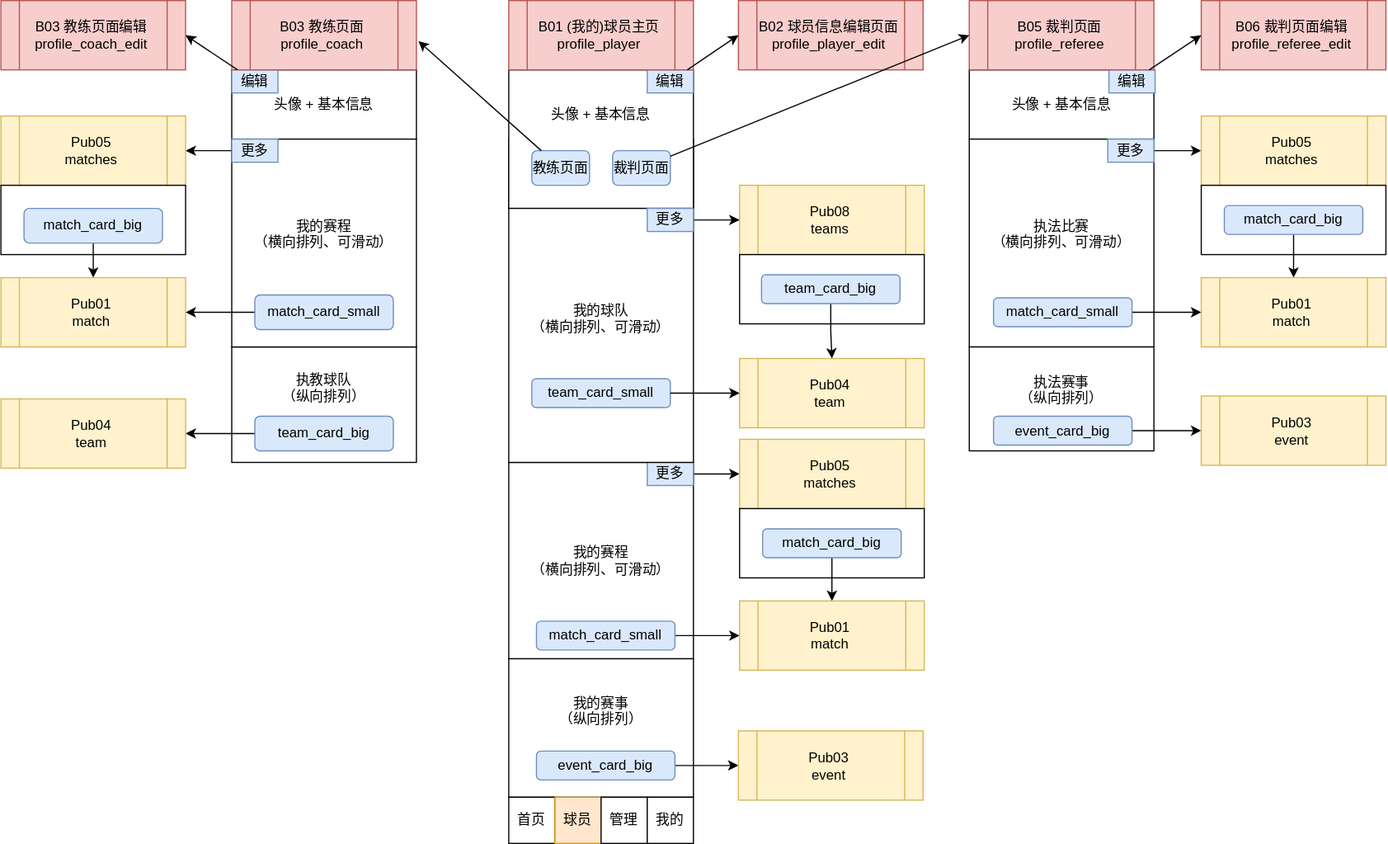
Above: docs/sprint1/UI-player.drawio.svg in HaoyuWang141/HaoyuWang141-SUSTech-Football-Frontend (draw.io), before the change. Source tidied: cells renumbered, new cells last; positions are measured from the earlier drawing's top-left corner, leaving out a move shared by most shapes.
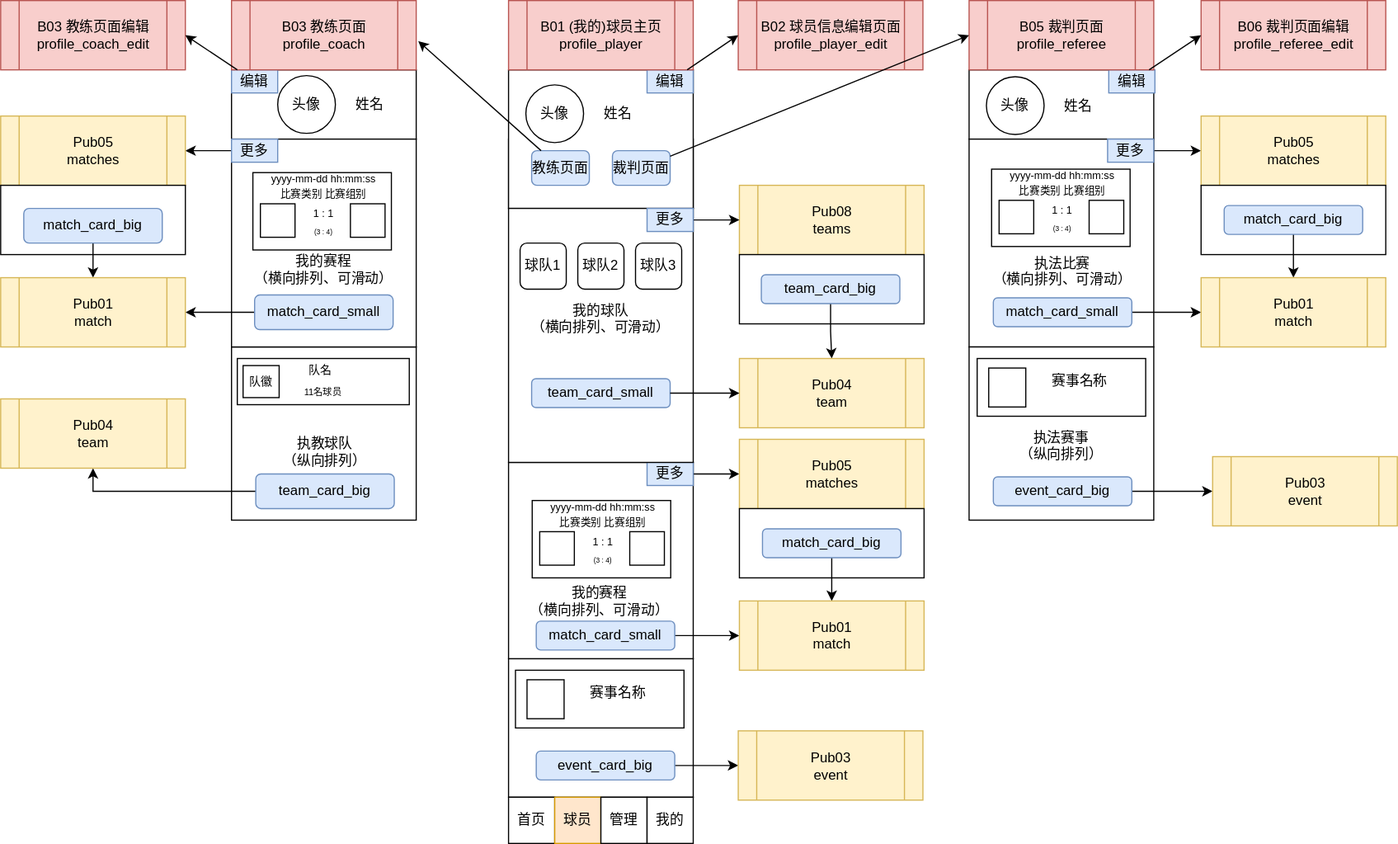
After the change.

Change to the diagram source:
```diff
@@ -5,15 +5,15 @@
     <mxCell id="2" style="rounded=0;whiteSpace=wrap;html=1;" parent="1" vertex="1">
       <mxGeometry x="440" y="120" width="160" height="60" as="geometry" />
     </mxCell>
-    <mxCell id="3" value="头像 + 基本信息&lt;br&gt;&lt;br&gt;&lt;div&gt;&lt;br&gt;&lt;/div&gt;&lt;div&gt;&lt;br&gt;&lt;/div&gt;" style="rounded=0;whiteSpace=wrap;html=1;" parent="1" vertex="1">
-      <mxGeometry x="440" y="60" width="160" height="120" as="geometry" />
-    </mxCell>
+    <mxCell id="78" value="&lt;div&gt;&lt;br&gt;&lt;/div&gt;" style="rounded=0;whiteSpace=wrap;html=1;" parent="1" vertex="1">
+      <mxGeometry x="440" y="60" width="160" height="120" as="geometry" />
+    </mxCell>
     <mxCell id="4" value="编辑" style="text;html=1;align=center;verticalAlign=middle;whiteSpace=wrap;rounded=0;fillColor=#dae8fc;strokeColor=#6c8ebf;" parent="1" vertex="1">
       <mxGeometry x="560" y="60" width="40" height="20" as="geometry" />
     </mxCell>
-    <mxCell id="5" value="我的赛事&lt;br&gt;（纵向排列）&lt;br&gt;&lt;br&gt;&lt;div&gt;&lt;br/&gt;&lt;/div&gt;" style="rounded=0;whiteSpace=wrap;html=1;" parent="1" vertex="1">
-      <mxGeometry x="440" y="570" width="160" height="120" as="geometry" />
-    </mxCell>
+    <mxCell id="79" value="&lt;div&gt;&lt;br&gt;&lt;/div&gt;" style="rounded=0;whiteSpace=wrap;html=1;" parent="1" vertex="1">
+      <mxGeometry x="440" y="570" width="160" height="120" as="geometry" />
+    </mxCell>
     <mxCell id="6" value="教练页面" style="rounded=1;whiteSpace=wrap;html=1;fillColor=#dae8fc;strokeColor=#6c8ebf;" parent="1" vertex="1">
       <mxGeometry x="460" y="130" width="50" height="30" as="geometry" />
     </mxCell>
@@ -32,27 +32,27 @@
     <mxCell id="11" value="我的" style="rounded=0;whiteSpace=wrap;html=1;" parent="1" vertex="1">
       <mxGeometry x="560" y="690" width="40" height="40" as="geometry" />
     </mxCell>
-    <mxCell id="12" value="头像 + 基本信息" style="rounded=0;whiteSpace=wrap;html=1;" parent="1" vertex="1">
-      <mxGeometry x="200" y="60" width="160" height="60" as="geometry" />
-    </mxCell>
+    <mxCell id="80" style="rounded=0;whiteSpace=wrap;html=1;" parent="1" vertex="1">
+      <mxGeometry x="200" y="60" width="160" height="60" as="geometry" />
+    </mxCell>
     <mxCell id="13" value="编辑" style="text;html=1;align=center;verticalAlign=middle;whiteSpace=wrap;rounded=0;fillColor=#dae8fc;strokeColor=#6c8ebf;" parent="1" vertex="1">
       <mxGeometry x="200" y="60" width="40" height="20" as="geometry" />
     </mxCell>
-    <mxCell id="14" value="执教球队&lt;br&gt;（纵向排列）&lt;br&gt;&lt;br&gt;&lt;div&gt;&lt;br/&gt;&lt;/div&gt;" style="rounded=0;whiteSpace=wrap;html=1;" parent="1" vertex="1">
-      <mxGeometry x="200" y="300" width="160" height="100" as="geometry" />
-    </mxCell>
-    <mxCell id="15" value="头像 + 基本信息" style="rounded=0;whiteSpace=wrap;html=1;" parent="1" vertex="1">
-      <mxGeometry x="839" y="60" width="160" height="60" as="geometry" />
-    </mxCell>
+    <mxCell id="81" style="rounded=0;whiteSpace=wrap;html=1;" parent="1" vertex="1">
+      <mxGeometry x="200" y="300" width="160" height="150" as="geometry" />
+    </mxCell>
+    <mxCell id="82" style="rounded=0;whiteSpace=wrap;html=1;" parent="1" vertex="1">
+      <mxGeometry x="839" y="60" width="160" height="60" as="geometry" />
+    </mxCell>
     <mxCell id="16" value="编辑" style="text;html=1;align=center;verticalAlign=middle;whiteSpace=wrap;rounded=0;fillColor=#dae8fc;strokeColor=#6c8ebf;" parent="1" vertex="1">
       <mxGeometry x="960" y="60" width="40" height="20" as="geometry" />
     </mxCell>
-    <mxCell id="17" value="执法比赛&lt;br&gt;（横向排列、可滑动）&lt;div&gt;&lt;br/&gt;&lt;/div&gt;" style="rounded=0;whiteSpace=wrap;html=1;" parent="1" vertex="1">
-      <mxGeometry x="839" y="120" width="160" height="180" as="geometry" />
-    </mxCell>
-    <mxCell id="18" value="执法赛事&lt;br&gt;（纵向排列）&lt;br&gt;&lt;div&gt;&lt;br/&gt;&lt;/div&gt;" style="rounded=0;whiteSpace=wrap;html=1;" parent="1" vertex="1">
-      <mxGeometry x="839" y="300" width="160" height="90" as="geometry" />
-    </mxCell>
+    <mxCell id="83" value="&lt;div&gt;&lt;br&gt;&lt;/div&gt;" style="rounded=0;whiteSpace=wrap;html=1;" parent="1" vertex="1">
+      <mxGeometry x="839" y="120" width="160" height="180" as="geometry" />
+    </mxCell>
+    <mxCell id="84" value="&lt;div&gt;&lt;br&gt;&lt;/div&gt;" style="rounded=0;whiteSpace=wrap;html=1;" parent="1" vertex="1">
+      <mxGeometry x="839" y="300" width="160" height="150" as="geometry" />
+    </mxCell>
     <mxCell id="19" value="B01 (我的)球员主页&lt;br&gt;profile_player" style="shape=process;whiteSpace=wrap;html=1;backgroundOutline=1;fillColor=#f8cecc;strokeColor=#b85450;" parent="1" vertex="1">
       <mxGeometry x="440" width="160" height="60" as="geometry" />
     </mxCell>
@@ -86,9 +86,9 @@
     <mxCell id="29" style="endArrow=classic;html=1;rounded=0;entryX=0;entryY=0.5;entryDx=0;entryDy=0;" parent="1" edge="1" source="16" target="28">
       <mxGeometry relative="1" as="geometry" />
     </mxCell>
-    <mxCell id="30" value="我的赛程&lt;br&gt;（横向排列、可滑动）&lt;br&gt;&lt;div&gt;&lt;br/&gt;&lt;/div&gt;" style="rounded=0;whiteSpace=wrap;html=1;" parent="1" vertex="1">
-      <mxGeometry x="200" y="120" width="160" height="180" as="geometry" />
-    </mxCell>
+    <mxCell id="85" value="&lt;div&gt;&lt;br&gt;&lt;/div&gt;" style="rounded=0;whiteSpace=wrap;html=1;" parent="1" vertex="1">
+      <mxGeometry x="200" y="120" width="160" height="180" as="geometry" />
+    </mxCell>
     <mxCell id="31" style="edgeStyle=orthogonalEdgeStyle;rounded=0;jettySize=auto;html=1;" parent="1" edge="1" source="32" target="60">
       <mxGeometry relative="1" as="geometry" />
     </mxCell>
@@ -99,7 +99,7 @@
       <mxGeometry relative="1" as="geometry" />
     </mxCell>
     <mxCell id="34" value="team_card_big" style="rounded=1;whiteSpace=wrap;html=1;fillColor=#dae8fc;strokeColor=#6c8ebf;" parent="1" vertex="1">
-      <mxGeometry x="220" y="360" width="120" height="30" as="geometry" />
+      <mxGeometry x="221" y="410" width="120" height="30" as="geometry" />
     </mxCell>
     <mxCell id="35" style="edgeStyle=orthogonalEdgeStyle;rounded=0;jettySize=auto;html=1;" parent="1" edge="1" source="36" target="64">
       <mxGeometry relative="1" as="geometry" />
@@ -107,9 +107,9 @@
     <mxCell id="36" value="match_card_small" style="rounded=1;whiteSpace=wrap;html=1;fillColor=#dae8fc;strokeColor=#6c8ebf;" parent="1" vertex="1">
       <mxGeometry x="220" y="255" width="120" height="30" as="geometry" />
     </mxCell>
-    <mxCell id="37" value="我的赛程&lt;br&gt;（横向排列、可滑动）" style="rounded=0;whiteSpace=wrap;html=1;" parent="1" vertex="1">
-      <mxGeometry x="440" y="400" width="160" height="170" as="geometry" />
-    </mxCell>
+    <mxCell id="86" style="rounded=0;whiteSpace=wrap;html=1;" parent="1" vertex="1">
+      <mxGeometry x="440" y="400" width="160" height="170" as="geometry" />
+    </mxCell>
     <mxCell id="38" style="edgeStyle=orthogonalEdgeStyle;rounded=0;jettySize=auto;html=1;" parent="1" edge="1" source="39" target="52">
       <mxGeometry relative="1" as="geometry" />
     </mxCell>
@@ -198,7 +198,7 @@
       <mxGeometry relative="1" as="geometry" />
     </mxCell>
     <mxCell id="67" value="event_card_big" style="rounded=1;whiteSpace=wrap;html=1;fillColor=#dae8fc;strokeColor=#6c8ebf;" parent="1" vertex="1">
-      <mxGeometry x="860" y="360" width="120" height="25" as="geometry" />
+      <mxGeometry x="860" y="412.5" width="120" height="25" as="geometry" />
     </mxCell>
     <mxCell id="68" style="edgeStyle=orthogonalEdgeStyle;rounded=0;jettySize=auto;html=1;" parent="1" edge="1" source="69" target="76">
       <mxGeometry relative="1" as="geometry" />
@@ -228,7 +228,133 @@
       <mxGeometry x="1040" y="240" width="160" height="60" as="geometry" />
     </mxCell>
     <mxCell id="77" value="Pub03&lt;br&gt;event" style="shape=process;whiteSpace=wrap;html=1;backgroundOutline=1;fillColor=#fff2cc;strokeColor=#d6b656;" parent="1" vertex="1">
-      <mxGeometry x="1040" y="342.5" width="160" height="60" as="geometry" />
+      <mxGeometry x="1050" y="395" width="160" height="60" as="geometry" />
     </mxCell>
+    <mxCell id="87" value="头像" style="ellipse;whiteSpace=wrap;html=1;" parent="1" vertex="1">
+      <mxGeometry x="455" y="73" width="50" height="50" as="geometry" />
+    </mxCell>
+    <mxCell id="88" value="姓名" style="text;html=1;align=center;verticalAlign=middle;whiteSpace=wrap;rounded=0;" parent="1" vertex="1">
+      <mxGeometry x="505" y="83" width="60" height="30" as="geometry" />
+    </mxCell>
+    <mxCell id="89" value="头像" style="ellipse;whiteSpace=wrap;html=1;" parent="1" vertex="1">
+      <mxGeometry x="240" y="65" width="50" height="50" as="geometry" />
+    </mxCell>
+    <mxCell id="90" value="姓名" style="text;html=1;align=center;verticalAlign=middle;whiteSpace=wrap;rounded=0;" parent="1" vertex="1">
+      <mxGeometry x="290" y="75" width="60" height="30" as="geometry" />
+    </mxCell>
+    <mxCell id="91" value="头像" style="ellipse;whiteSpace=wrap;html=1;" parent="1" vertex="1">
+      <mxGeometry x="854" y="66" width="50" height="50" as="geometry" />
+    </mxCell>
+    <mxCell id="92" value="姓名" style="text;html=1;align=center;verticalAlign=middle;whiteSpace=wrap;rounded=0;" parent="1" vertex="1">
+      <mxGeometry x="904" y="77" width="60" height="30" as="geometry" />
+    </mxCell>
+    <mxCell id="93" value="球队1" style="rounded=1;whiteSpace=wrap;html=1;" parent="1" vertex="1">
+      <mxGeometry x="450" y="210" width="40" height="40" as="geometry" />
+    </mxCell>
+    <mxCell id="94" value="球队3" style="rounded=1;whiteSpace=wrap;html=1;" parent="1" vertex="1">
+      <mxGeometry x="550" y="210" width="40" height="40" as="geometry" />
+    </mxCell>
+    <mxCell id="95" value="球队2" style="rounded=1;whiteSpace=wrap;html=1;" parent="1" vertex="1">
+      <mxGeometry x="500" y="210" width="40" height="40" as="geometry" />
+    </mxCell>
+    <mxCell id="96" style="rounded=0;whiteSpace=wrap;html=1;" parent="1" vertex="1">
+      <mxGeometry x="460.5" y="433" width="120" height="67" as="geometry" />
+    </mxCell>
+    <mxCell id="97" style="rounded=0;whiteSpace=wrap;html=1;" parent="1" vertex="1">
+      <mxGeometry x="467" y="460" width="30" height="29" as="geometry" />
+    </mxCell>
+    <mxCell id="98" value="&lt;font style=&quot;font-size: 9px;&quot;&gt;yyyy-mm-dd hh:mm:ss&lt;/font&gt;" style="text;html=1;align=center;verticalAlign=middle;whiteSpace=wrap;rounded=0;" parent="1" vertex="1">
+      <mxGeometry x="442" y="432" width="160" height="11" as="geometry" />
+    </mxCell>
+    <mxCell id="99" value="&lt;font style=&quot;font-size: 9px;&quot;&gt;比赛类别 比赛组别&lt;/font&gt;" style="text;html=1;align=center;verticalAlign=middle;whiteSpace=wrap;rounded=0;" parent="1" vertex="1">
+      <mxGeometry x="442" y="445" width="160" height="11" as="geometry" />
+    </mxCell>
+    <mxCell id="100" value="&lt;font style=&quot;font-size: 9px;&quot;&gt;1 : 1&lt;/font&gt;&lt;div&gt;&lt;font style=&quot;font-size: 6px;&quot;&gt;(3 : 4)&lt;/font&gt;&lt;/div&gt;" style="text;html=1;align=center;verticalAlign=middle;whiteSpace=wrap;rounded=0;" parent="1" vertex="1">
+      <mxGeometry x="491.5" y="460" width="60" height="30" as="geometry" />
+    </mxCell>
+    <mxCell id="101" style="rounded=0;whiteSpace=wrap;html=1;" parent="1" vertex="1">
+      <mxGeometry x="545" y="460" width="30" height="29" as="geometry" />
+    </mxCell>
+    <mxCell id="102" value="我的赛程&lt;br&gt;（横向排列、可滑动）" style="text;html=1;align=center;verticalAlign=middle;whiteSpace=wrap;rounded=0;" parent="1" vertex="1">
+      <mxGeometry x="454" y="490" width="130" height="60" as="geometry" />
+    </mxCell>
+    <mxCell id="103" style="rounded=0;whiteSpace=wrap;html=1;" parent="1" vertex="1">
+      <mxGeometry x="446" y="580" width="146" height="50" as="geometry" />
+    </mxCell>
+    <mxCell id="104" style="rounded=0;whiteSpace=wrap;html=1;" parent="1" vertex="1">
+      <mxGeometry x="456" y="588.2" width="32.1" height="33.8" as="geometry" />
+    </mxCell>
+    <mxCell id="105" value="赛事名称" style="text;html=1;align=center;verticalAlign=middle;whiteSpace=wrap;rounded=0;" parent="1" vertex="1">
+      <mxGeometry x="505" y="591.6" width="60" height="16.8" as="geometry" />
+    </mxCell>
+    <mxCell id="106" value="我的赛程&lt;br&gt;（横向排列、可滑动）" style="text;html=1;align=center;verticalAlign=middle;whiteSpace=wrap;rounded=0;" parent="1" vertex="1">
+      <mxGeometry x="210" y="195" width="140" height="75" as="geometry" />
+    </mxCell>
+    <mxCell id="107" style="rounded=0;whiteSpace=wrap;html=1;" parent="1" vertex="1">
+      <mxGeometry x="218.5" y="149" width="120" height="67" as="geometry" />
+    </mxCell>
+    <mxCell id="108" style="rounded=0;whiteSpace=wrap;html=1;" parent="1" vertex="1">
+      <mxGeometry x="225" y="176" width="30" height="29" as="geometry" />
+    </mxCell>
+    <mxCell id="109" value="&lt;font style=&quot;font-size: 9px;&quot;&gt;yyyy-mm-dd hh:mm:ss&lt;/font&gt;" style="text;html=1;align=center;verticalAlign=middle;whiteSpace=wrap;rounded=0;" parent="1" vertex="1">
+      <mxGeometry x="200" y="148" width="160" height="11" as="geometry" />
+    </mxCell>
+    <mxCell id="110" value="&lt;font style=&quot;font-size: 9px;&quot;&gt;比赛类别 比赛组别&lt;/font&gt;" style="text;html=1;align=center;verticalAlign=middle;whiteSpace=wrap;rounded=0;" parent="1" vertex="1">
+      <mxGeometry x="200" y="161" width="160" height="11" as="geometry" />
+    </mxCell>
+    <mxCell id="111" value="&lt;font style=&quot;font-size: 9px;&quot;&gt;1 : 1&lt;/font&gt;&lt;div&gt;&lt;font style=&quot;font-size: 6px;&quot;&gt;(3 : 4)&lt;/font&gt;&lt;/div&gt;" style="text;html=1;align=center;verticalAlign=middle;whiteSpace=wrap;rounded=0;" parent="1" vertex="1">
+      <mxGeometry x="249.5" y="176" width="60" height="30" as="geometry" />
+    </mxCell>
+    <mxCell id="112" style="rounded=0;whiteSpace=wrap;html=1;" parent="1" vertex="1">
+      <mxGeometry x="303" y="176" width="30" height="29" as="geometry" />
+    </mxCell>
+    <mxCell id="14" value="执教球队&lt;br&gt;（纵向排列）" style="text;html=1;align=center;verticalAlign=middle;whiteSpace=wrap;rounded=0;" parent="1" vertex="1">
+      <mxGeometry x="235.2" y="372.5" width="91.5" height="37.5" as="geometry" />
+    </mxCell>
+    <mxCell id="113" style="rounded=0;whiteSpace=wrap;html=1;" parent="1" vertex="1">
+      <mxGeometry x="205" y="310" width="149" height="40" as="geometry" />
+    </mxCell>
+    <mxCell id="114" value="&lt;font style=&quot;font-size: 10px;&quot;&gt;队徽&lt;/font&gt;" style="rounded=0;whiteSpace=wrap;html=1;" parent="1" vertex="1">
+      <mxGeometry x="210" y="316.1" width="31.2" height="27.8" as="geometry" />
+    </mxCell>
+    <mxCell id="115" value="&lt;font style=&quot;font-size: 10px;&quot;&gt;队名&lt;/font&gt;" style="text;html=1;align=center;verticalAlign=middle;whiteSpace=wrap;rounded=0;" parent="1" vertex="1">
+      <mxGeometry x="248" y="310" width="58" height="19.2" as="geometry" />
+    </mxCell>
+    <mxCell id="116" value="&lt;font style=&quot;font-size: 8px;&quot;&gt;11名球员&lt;/font&gt;" style="text;html=1;align=center;verticalAlign=middle;whiteSpace=wrap;rounded=0;" parent="1" vertex="1">
+      <mxGeometry x="229" y="322.5" width="101" height="30" as="geometry" />
+    </mxCell>
+    <mxCell id="117" style="rounded=0;whiteSpace=wrap;html=1;" parent="1" vertex="1">
+      <mxGeometry x="858.5" y="146" width="120" height="67" as="geometry" />
+    </mxCell>
+    <mxCell id="118" style="rounded=0;whiteSpace=wrap;html=1;" parent="1" vertex="1">
+      <mxGeometry x="865" y="173" width="30" height="29" as="geometry" />
+    </mxCell>
+    <mxCell id="119" value="&lt;font style=&quot;font-size: 9px;&quot;&gt;yyyy-mm-dd hh:mm:ss&lt;/font&gt;" style="text;html=1;align=center;verticalAlign=middle;whiteSpace=wrap;rounded=0;" parent="1" vertex="1">
+      <mxGeometry x="840" y="145" width="160" height="11" as="geometry" />
+    </mxCell>
+    <mxCell id="120" value="&lt;font style=&quot;font-size: 9px;&quot;&gt;比赛类别 比赛组别&lt;/font&gt;" style="text;html=1;align=center;verticalAlign=middle;whiteSpace=wrap;rounded=0;" parent="1" vertex="1">
+      <mxGeometry x="840" y="158" width="160" height="11" as="geometry" />
+    </mxCell>
+    <mxCell id="121" value="&lt;font style=&quot;font-size: 9px;&quot;&gt;1 : 1&lt;/font&gt;&lt;div&gt;&lt;font style=&quot;font-size: 6px;&quot;&gt;(3 : 4)&lt;/font&gt;&lt;/div&gt;" style="text;html=1;align=center;verticalAlign=middle;whiteSpace=wrap;rounded=0;" parent="1" vertex="1">
+      <mxGeometry x="889.5" y="173" width="60" height="30" as="geometry" />
+    </mxCell>
+    <mxCell id="122" style="rounded=0;whiteSpace=wrap;html=1;" parent="1" vertex="1">
+      <mxGeometry x="943" y="173" width="30" height="29" as="geometry" />
+    </mxCell>
+    <mxCell id="17" value="执法比赛&lt;br&gt;（横向排列、可滑动）&lt;div&gt;&lt;br&gt;&lt;/div&gt;" style="text;html=1;align=center;verticalAlign=middle;whiteSpace=wrap;rounded=0;" parent="1" vertex="1">
+      <mxGeometry x="854.2" y="216" width="131.5" height="52.5" as="geometry" />
+    </mxCell>
+    <mxCell id="123" style="rounded=0;whiteSpace=wrap;html=1;" parent="1" vertex="1">
+      <mxGeometry x="846" y="310" width="146" height="50" as="geometry" />
+    </mxCell>
+    <mxCell id="124" style="rounded=0;whiteSpace=wrap;html=1;" parent="1" vertex="1">
+      <mxGeometry x="856" y="318.3" width="32.1" height="33.8" as="geometry" />
+    </mxCell>
+    <mxCell id="125" value="赛事名称" style="text;html=1;align=center;verticalAlign=middle;whiteSpace=wrap;rounded=0;" parent="1" vertex="1">
+      <mxGeometry x="905" y="321.6" width="60" height="16.8" as="geometry" />
+    </mxCell>
+    <mxCell id="18" value="执法赛事&lt;br&gt;（纵向排列）&lt;br&gt;&lt;div&gt;&lt;br&gt;&lt;/div&gt;" style="text;html=1;align=center;verticalAlign=middle;whiteSpace=wrap;rounded=0;" parent="1" vertex="1">
+      <mxGeometry x="877.1" y="372.5" width="83.8" height="40" as="geometry" />
+    </mxCell>
   </root>
 </mxGraphModel>
```
